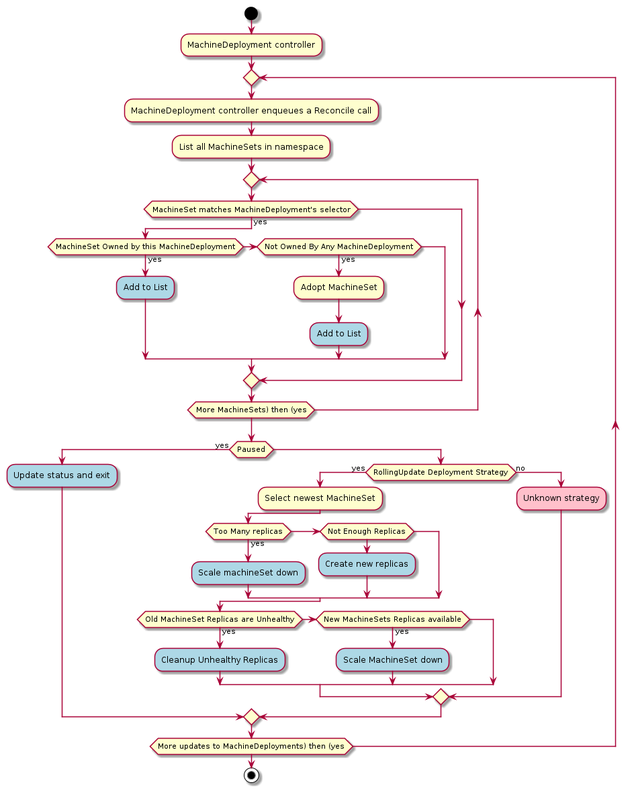
Earlier version of the PlantUML export docs/book/src/images/cluster-admission-machinedeployment-controller.png (kubernetes-sigs/cluster-api).
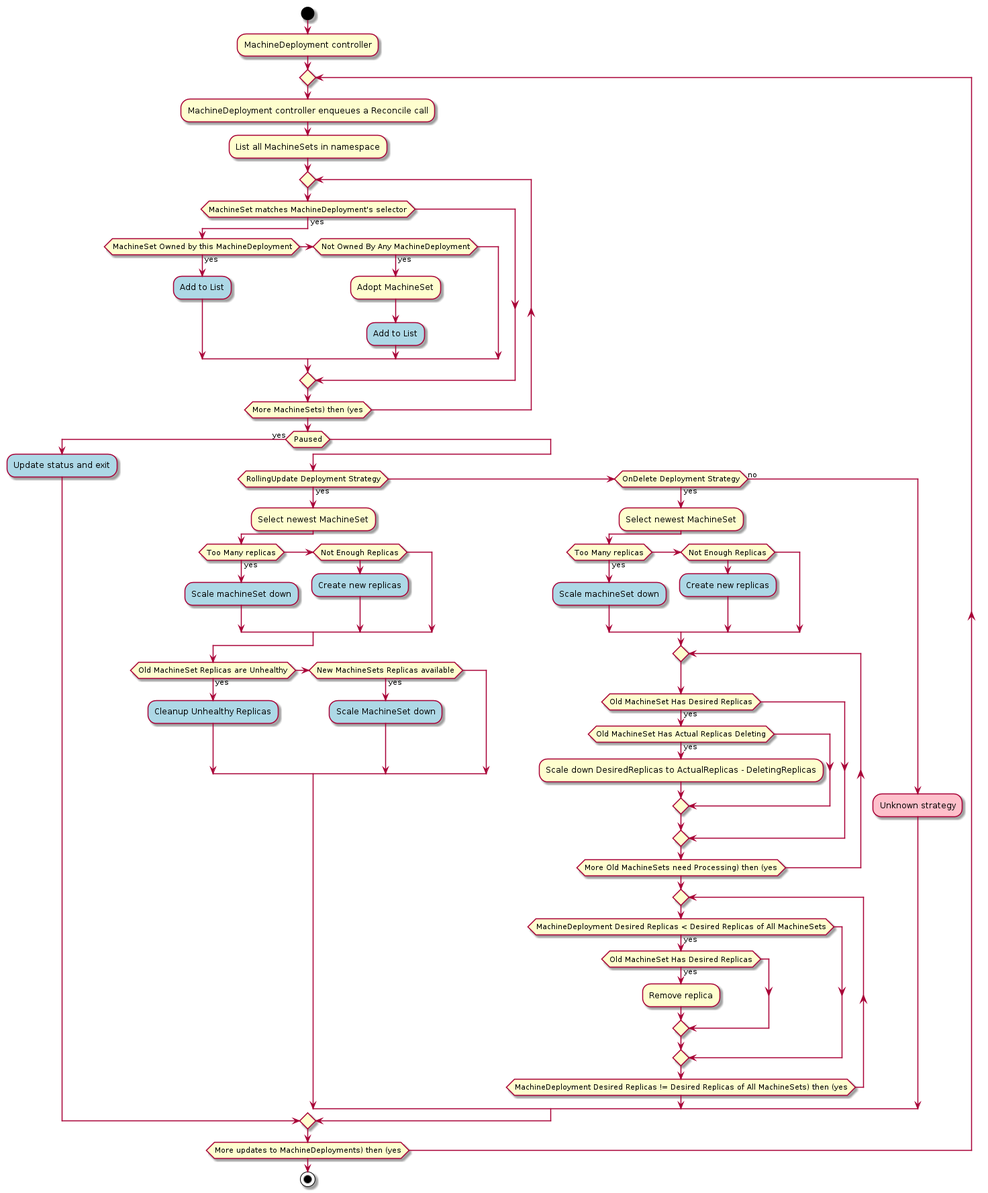
The same diagram one commit later.

Commit message:
implement onDelete MachineDeploymentStrategyType

The edit, as a diff of the source:
```diff
@@ -31,6 +31,27 @@
       elseif (New MachineSets Replicas available) then (yes)
         #LightBlue:Scale MachineSet down;
       endif
+    elseif (OnDelete Deployment Strategy) then (yes)
+      :Select newest MachineSet;
+      if (Too Many replicas) then (yes)
+        #LightBlue:Scale machineSet down;
+      elseif (Not Enough Replicas)
+        #LightBlue:Create new replicas;
+      endif
+      repeat
+      if (Old MachineSet Has Desired Replicas) then (yes)
+        if (Old MachineSet Has Actual Replicas Deleting) then (yes)
+          :Scale down DesiredReplicas to ActualReplicas - DeletingReplicas;
+        endif
+      endif
+      repeat while (More Old MachineSets need Processing) then (yes)
+      repeat
+      if (MachineDeployment Desired Replicas < Desired Replicas of All MachineSets) then (yes)
+        if (Old MachineSet Has Desired Replicas) then (yes)
+          :Remove replica;
+        endif
+      endif
+      repeat while (MachineDeployment Desired Replicas != Desired Replicas of All MachineSets) then (yes)
     else (no)
       #Pink:Unknown strategy;
     endif
```
